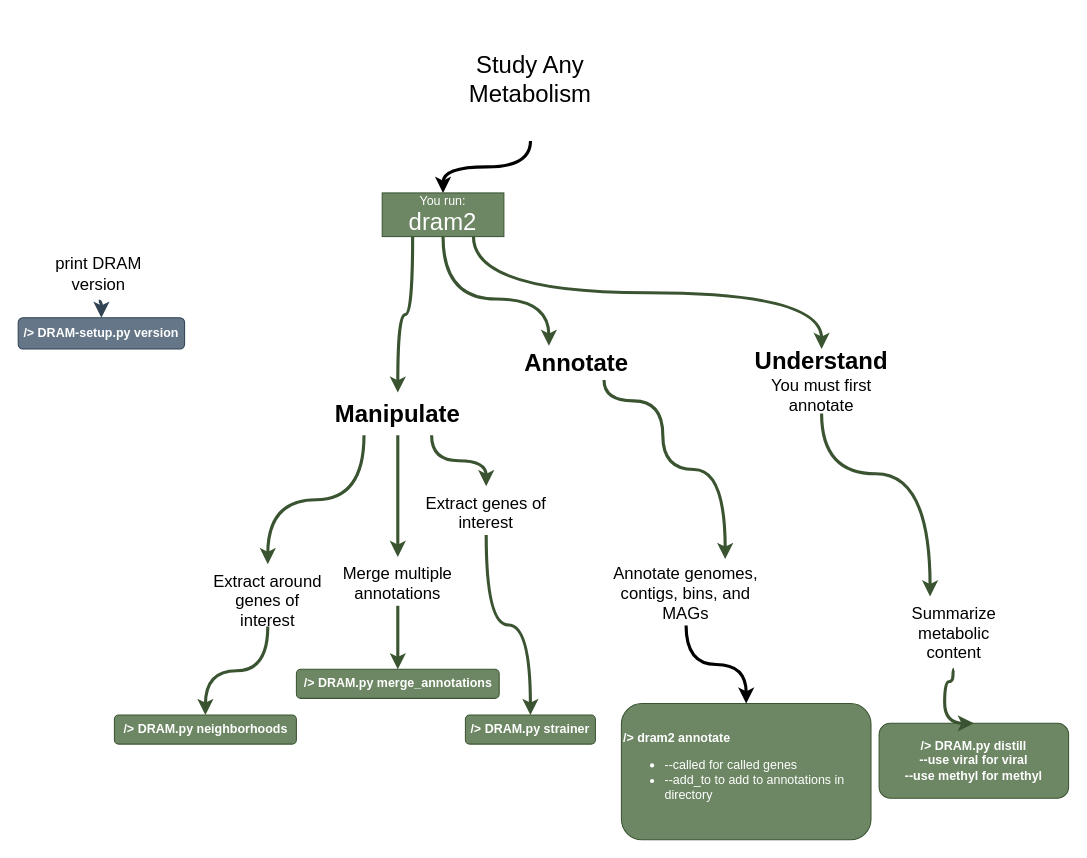
Before: page "Page-1" (1 of 2) of images/dram2_comand_flow.drawio in BioRRW/DRAM2, a draw.io diagram. Source tidied: cells renumbered, new cells numbered last; positions are measured from the earlier drawing's top-left corner, leaving out a move shared by most shapes. Both pictures are drawn from the tidied source at 104%, with x=0, y=0 at pixel (18, 18).
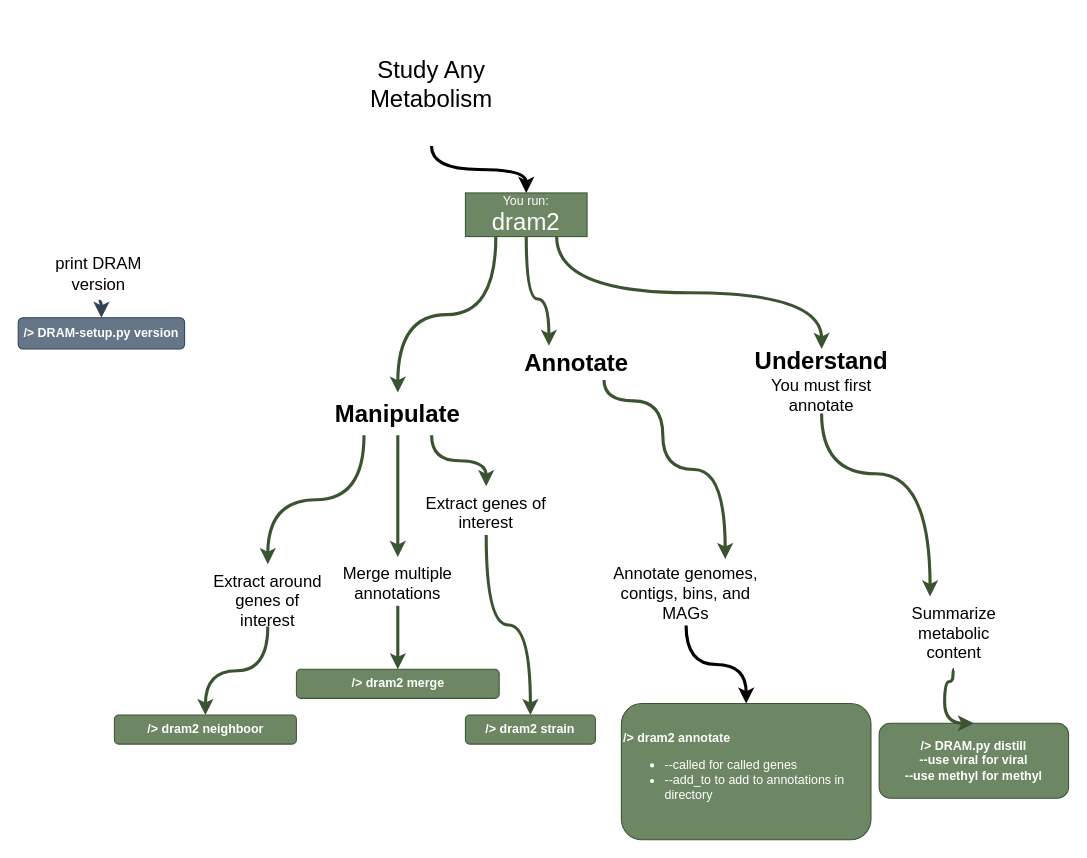
The same diagram, later.

The change refers to these unchanged cells:
```xml
<mxCell id="20" value="&lt;font style=&quot;font-size: 23px;&quot;&gt;&lt;b&gt;Annotate&lt;/b&gt;&lt;/font&gt;" style="text;html=1;strokeColor=none;fillColor=none;align=center;verticalAlign=middle;whiteSpace=wrap;rounded=0;fontSize=16;" parent="1" vertex="1">
  <mxGeometry x="483.8" y="315" width="106" height="33" as="geometry" />
</mxCell>
```

Change to the diagram source:
```diff
@@
     <mxCell id="4" value="&lt;font style=&quot;font-size: 23px;&quot;&gt;Study Any Metabolism&lt;br&gt;&lt;/font&gt;" style="text;html=1;strokeColor=none;fillColor=none;align=center;verticalAlign=middle;whiteSpace=wrap;rounded=0;" parent="1" vertex="1">
-      <mxGeometry x="385.2" width="214.8" height="118" as="geometry" />
+      <mxGeometry x="290" y="5" width="214.8" height="118" as="geometry" />
     </mxCell>
     <mxCell id="5" style="edgeStyle=orthogonalEdgeStyle;curved=1;rounded=0;jettySize=auto;html=1;strokeWidth=3;fontSize=23;fillColor=#6d8764;strokeColor=#3A5431;entryX=0.25;entryY=0;entryDx=0;entryDy=0;exitX=0.5;exitY=1;exitDx=0;exitDy=0;" parent="1" edge="1" source="8" target="20">
       <mxGeometry relative="1" as="geometry">
         <Array as="points">
-          <mxPoint x="409" y="270" />
+          <mxPoint x="489" y="270" />
           <mxPoint x="510" y="270" />
         </Array>
       </mxGeometry>
     </mxCell>
@@
     <mxCell id="8" value="&lt;div&gt;You run:&lt;/div&gt;&lt;div style=&quot;font-size: 23px;&quot;&gt;dram2&lt;br&gt;&lt;/div&gt;" style="rounded=0;whiteSpace=wrap;html=1;fillColor=#6d8764;fontColor=#ffffff;strokeColor=#3A5431;" parent="1" vertex="1">
-      <mxGeometry x="350" y="168" width="117" height="42" as="geometry" />
+      <mxGeometry x="430" y="168" width="117" height="42" as="geometry" />
     </mxCell>
@@
-    <mxCell id="14" value="&lt;b&gt;/&amp;gt; DRAM.py strainer&lt;/b&gt;" style="rounded=1;whiteSpace=wrap;html=1;fillColor=#6d8764;fontColor=#ffffff;strokeColor=#3A5431;" parent="1" vertex="1">
+    <mxCell id="14" value="&lt;b&gt;/&amp;gt; dram2 strain&lt;br&gt;&lt;/b&gt;" style="rounded=1;whiteSpace=wrap;html=1;fillColor=#6d8764;fontColor=#ffffff;strokeColor=#3A5431;" parent="1" vertex="1">
       <mxGeometry x="430" y="670" width="125" height="28" as="geometry" />
     </mxCell>
-    <mxCell id="15" value="&lt;b&gt;/&amp;gt; DRAM.py neighborhoods&lt;/b&gt;" style="rounded=1;whiteSpace=wrap;html=1;fillColor=#6d8764;fontColor=#ffffff;strokeColor=#3A5431;" parent="1" vertex="1">
+    <mxCell id="15" value="&lt;b&gt;/&amp;gt; dram2 neighboor&lt;/b&gt;" style="rounded=1;whiteSpace=wrap;html=1;fillColor=#6d8764;fontColor=#ffffff;strokeColor=#3A5431;" parent="1" vertex="1">
       <mxGeometry x="92.5" y="670" width="175" height="28" as="geometry" />
     </mxCell>
-    <mxCell id="16" value="&lt;b&gt;/&amp;gt; DRAM.py merge_annotations&lt;/b&gt;" style="rounded=1;whiteSpace=wrap;html=1;fillColor=#6d8764;fontColor=#ffffff;strokeColor=#3A5431;" parent="1" vertex="1">
+    <mxCell id="16" value="&lt;b&gt;/&amp;gt; dram2 merge&lt;/b&gt;" style="rounded=1;whiteSpace=wrap;html=1;fillColor=#6d8764;fontColor=#ffffff;strokeColor=#3A5431;" parent="1" vertex="1">
       <mxGeometry x="267.5" y="626" width="195" height="28" as="geometry" />
     </mxCell>
```
